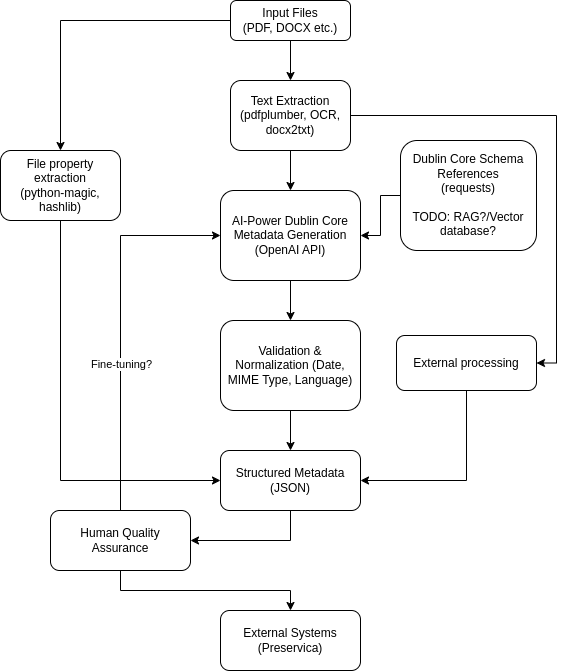
icaew-digital-archive/metadata-extraction keeps this draw.io diagram as flow.png. Above is the earlier version. Source tidied: cells renumbered, new cells last; positions are measured from the earlier drawing's top-left corner, leaving out a move shared by most shapes. Source of this version:
```xml
<mxGraphModel>
  <root>
    <mxCell id="0" />
    <mxCell id="1" parent="0" />
    <mxCell id="2" style="edgeStyle=orthogonalEdgeStyle;rounded=0;jettySize=auto;html=1;exitX=0.5;exitY=1;exitDx=0;exitDy=0;entryX=0.5;entryY=0;entryDx=0;entryDy=0;" parent="1" edge="1" source="4" target="7">
      <mxGeometry relative="1" as="geometry" />
    </mxCell>
    <mxCell id="3" style="edgeStyle=orthogonalEdgeStyle;rounded=0;jettySize=auto;html=1;exitX=0;exitY=0.5;exitDx=0;exitDy=0;entryX=0.5;entryY=0;entryDx=0;entryDy=0;" parent="1" edge="1" source="4" target="15">
      <mxGeometry relative="1" as="geometry" />
    </mxCell>
    <mxCell id="4" value="Input Files&lt;div&gt;(PDF, DOCX etc.)&lt;/div&gt;" style="rounded=1;whiteSpace=wrap;html=1;fontSize=12;glass=0;strokeWidth=1;shadow=0;verticalAlign=middle;" parent="1" vertex="1">
      <mxGeometry x="230" width="120" height="40" as="geometry" />
    </mxCell>
    <mxCell id="5" style="edgeStyle=orthogonalEdgeStyle;rounded=0;jettySize=auto;html=1;exitX=0.5;exitY=1;exitDx=0;exitDy=0;entryX=0.5;entryY=0;entryDx=0;entryDy=0;" parent="1" edge="1" source="7" target="9">
      <mxGeometry relative="1" as="geometry" />
    </mxCell>
    <mxCell id="6" style="edgeStyle=orthogonalEdgeStyle;rounded=0;jettySize=auto;html=1;exitX=1;exitY=0.5;exitDx=0;exitDy=0;entryX=1;entryY=0.5;entryDx=0;entryDy=0;" parent="1" edge="1" source="7" target="19">
      <mxGeometry relative="1" as="geometry" />
    </mxCell>
    <mxCell id="7" value="Text Extraction&lt;div&gt;(pdfplumber, OCR, docx2txt&lt;span style=&quot;background-color: transparent; color: light-dark(rgb(0, 0, 0), rgb(255, 255, 255));&quot;&gt;)&lt;/span&gt;&lt;/div&gt;" style="rounded=1;whiteSpace=wrap;html=1;fontSize=12;glass=0;strokeWidth=1;shadow=0;verticalAlign=middle;" parent="1" vertex="1">
      <mxGeometry x="230" y="80" width="120" height="70" as="geometry" />
    </mxCell>
    <mxCell id="8" style="edgeStyle=orthogonalEdgeStyle;rounded=0;jettySize=auto;html=1;exitX=0.5;exitY=1;exitDx=0;exitDy=0;entryX=0.5;entryY=0;entryDx=0;entryDy=0;" parent="1" edge="1" source="9" target="12">
      <mxGeometry relative="1" as="geometry" />
    </mxCell>
    <mxCell id="9" value="AI-Power Dublin Core Metadata Generation (OpenAI API&lt;span style=&quot;background-color: transparent; color: light-dark(rgb(0, 0, 0), rgb(255, 255, 255));&quot;&gt;)&lt;/span&gt;" style="rounded=1;whiteSpace=wrap;html=1;fontSize=12;glass=0;strokeWidth=1;shadow=0;verticalAlign=middle;" parent="1" vertex="1">
      <mxGeometry x="220" y="190" width="140" height="90" as="geometry" />
    </mxCell>
    <mxCell id="10" style="edgeStyle=orthogonalEdgeStyle;rounded=0;jettySize=auto;html=1;exitX=0;exitY=0.5;exitDx=0;exitDy=0;entryX=1;entryY=0.5;entryDx=0;entryDy=0;" parent="1" edge="1" source="11" target="9">
      <mxGeometry relative="1" as="geometry" />
    </mxCell>
    <mxCell id="11" value="Dublin Core Schema References&lt;div&gt;(requests)&lt;/div&gt;&lt;div&gt;&lt;br&gt;&lt;/div&gt;&lt;div&gt;TODO: RAG?/Vector database?&lt;/div&gt;" style="rounded=1;whiteSpace=wrap;html=1;fontSize=12;glass=0;strokeWidth=1;shadow=0;verticalAlign=middle;" parent="1" vertex="1">
      <mxGeometry x="400" y="140" width="136" height="110" as="geometry" />
    </mxCell>
    <mxCell id="12" value="Validation &amp;amp; Normalization (Date, MIME Type, Language)" style="rounded=1;whiteSpace=wrap;html=1;fontSize=12;glass=0;strokeWidth=1;shadow=0;verticalAlign=middle;" parent="1" vertex="1">
      <mxGeometry x="220" y="320" width="140" height="90" as="geometry" />
    </mxCell>
    <mxCell id="13" style="edgeStyle=orthogonalEdgeStyle;rounded=0;jettySize=auto;html=1;exitX=0.5;exitY=1;exitDx=0;exitDy=0;entryX=0.5;entryY=0;entryDx=0;entryDy=0;" parent="1" edge="1" source="12" target="17">
      <mxGeometry relative="1" as="geometry" />
    </mxCell>
    <mxCell id="14" style="edgeStyle=orthogonalEdgeStyle;rounded=0;jettySize=auto;html=1;exitX=0.5;exitY=1;exitDx=0;exitDy=0;entryX=0;entryY=0.5;entryDx=0;entryDy=0;" parent="1" edge="1" source="15" target="17">
      <mxGeometry relative="1" as="geometry" />
    </mxCell>
    <mxCell id="15" value="File property extraction&lt;div&gt;(python-magic, hashlib)&lt;/div&gt;" style="rounded=1;whiteSpace=wrap;html=1;fontSize=12;glass=0;strokeWidth=1;shadow=0;verticalAlign=middle;" parent="1" vertex="1">
      <mxGeometry y="150" width="120" height="70" as="geometry" />
    </mxCell>
    <mxCell id="16" style="edgeStyle=orthogonalEdgeStyle;rounded=0;jettySize=auto;html=1;exitX=0.5;exitY=1;exitDx=0;exitDy=0;entryX=1;entryY=0.5;entryDx=0;entryDy=0;" parent="1" edge="1" source="17" target="24">
      <mxGeometry relative="1" as="geometry" />
    </mxCell>
    <mxCell id="17" value="Structured Metadata&lt;div&gt;(JSON)&lt;/div&gt;" style="rounded=1;whiteSpace=wrap;html=1;fontSize=12;glass=0;strokeWidth=1;shadow=0;verticalAlign=middle;" parent="1" vertex="1">
      <mxGeometry x="220" y="450" width="140" height="60" as="geometry" />
    </mxCell>
    <mxCell id="18" style="edgeStyle=orthogonalEdgeStyle;rounded=0;jettySize=auto;html=1;exitX=0.5;exitY=1;exitDx=0;exitDy=0;entryX=1;entryY=0.5;entryDx=0;entryDy=0;" parent="1" edge="1" source="19" target="17">
      <mxGeometry relative="1" as="geometry" />
    </mxCell>
    <mxCell id="19" value="External processing" style="rounded=1;whiteSpace=wrap;html=1;fontSize=12;glass=0;strokeWidth=1;shadow=0;verticalAlign=middle;" parent="1" vertex="1">
      <mxGeometry x="396" y="335" width="140" height="55" as="geometry" />
    </mxCell>
    <mxCell id="20" value="External Systems&lt;div&gt;(Preservica)&lt;/div&gt;" style="rounded=1;whiteSpace=wrap;html=1;fontSize=12;glass=0;strokeWidth=1;shadow=0;verticalAlign=middle;" parent="1" vertex="1">
      <mxGeometry x="220" y="610" width="140" height="60" as="geometry" />
    </mxCell>
    <mxCell id="21" style="edgeStyle=orthogonalEdgeStyle;rounded=0;jettySize=auto;html=1;exitX=0.5;exitY=0;exitDx=0;exitDy=0;entryX=0;entryY=0.5;entryDx=0;entryDy=0;" parent="1" edge="1" source="24" target="9">
      <mxGeometry relative="1" as="geometry" />
    </mxCell>
    <mxCell id="22" value="Fine-tuning?" style="edgeLabel;html=1;align=center;verticalAlign=middle;" parent="21" vertex="1">
      <mxGeometry x="-0.22" relative="1" as="geometry" />
    </mxCell>
    <mxCell id="23" style="edgeStyle=orthogonalEdgeStyle;rounded=0;jettySize=auto;html=1;exitX=0.5;exitY=1;exitDx=0;exitDy=0;entryX=0.5;entryY=0;entryDx=0;entryDy=0;" parent="1" edge="1" source="24" target="20">
      <mxGeometry relative="1" as="geometry" />
    </mxCell>
    <mxCell id="24" value="Human Quality Assurance" style="rounded=1;whiteSpace=wrap;html=1;fontSize=12;glass=0;strokeWidth=1;shadow=0;verticalAlign=middle;" parent="1" vertex="1">
      <mxGeometry x="50" y="510" width="140" height="60" as="geometry" />
    </mxCell>
  </root>
</mxGraphModel>
```
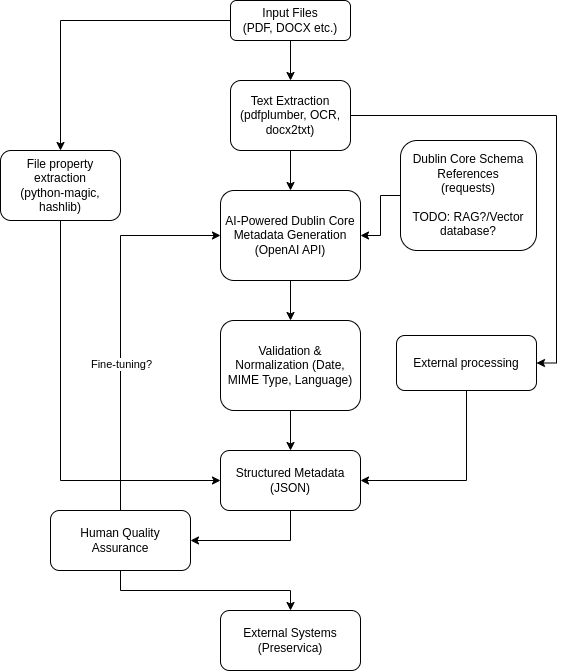
The same file after the commit.

Change to the diagram source:
```diff
@@ -23,7 +23,7 @@
     <mxCell id="8" style="edgeStyle=orthogonalEdgeStyle;rounded=0;jettySize=auto;html=1;exitX=0.5;exitY=1;exitDx=0;exitDy=0;entryX=0.5;entryY=0;entryDx=0;entryDy=0;" parent="1" edge="1" source="9" target="12">
       <mxGeometry relative="1" as="geometry" />
     </mxCell>
-    <mxCell id="9" value="AI-Power Dublin Core Metadata Generation (OpenAI API&lt;span style=&quot;background-color: transparent; color: light-dark(rgb(0, 0, 0), rgb(255, 255, 255));&quot;&gt;)&lt;/span&gt;" style="rounded=1;whiteSpace=wrap;html=1;fontSize=12;glass=0;strokeWidth=1;shadow=0;verticalAlign=middle;" parent="1" vertex="1">
+    <mxCell id="9" value="AI-Powered Dublin Core Metadata Generation (OpenAI API&lt;span style=&quot;background-color: transparent; color: light-dark(rgb(0, 0, 0), rgb(255, 255, 255));&quot;&gt;)&lt;/span&gt;" style="rounded=1;whiteSpace=wrap;html=1;fontSize=12;glass=0;strokeWidth=1;shadow=0;verticalAlign=middle;" parent="1" vertex="1">
       <mxGeometry x="220" y="190" width="140" height="90" as="geometry" />
     </mxCell>
     <mxCell id="10" style="edgeStyle=orthogonalEdgeStyle;rounded=0;jettySize=auto;html=1;exitX=0;exitY=0.5;exitDx=0;exitDy=0;entryX=1;entryY=0.5;entryDx=0;entryDy=0;" parent="1" edge="1" source="11" target="9">
```
